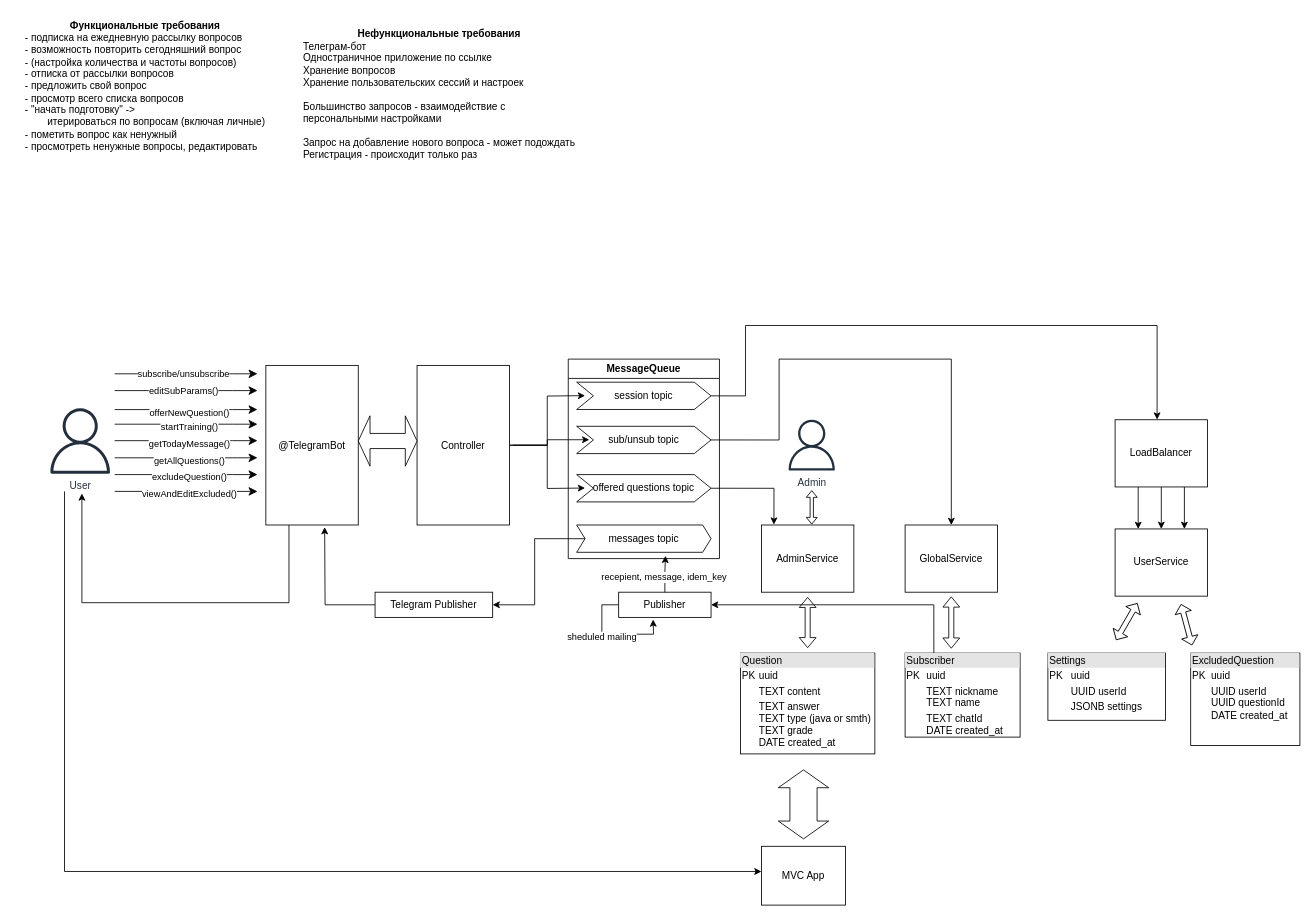
Earlier version of the draw.io diagram SobesCracker.drawio (maksarts/test-project-files). Source tidied: cells renumbered, new cells numbered last; positions are measured from the earlier drawing's top-left corner, leaving out a move shared by most shapes. Both pictures are drawn from the tidied source at 84%, with x=0, y=0 at pixel (14, 14).
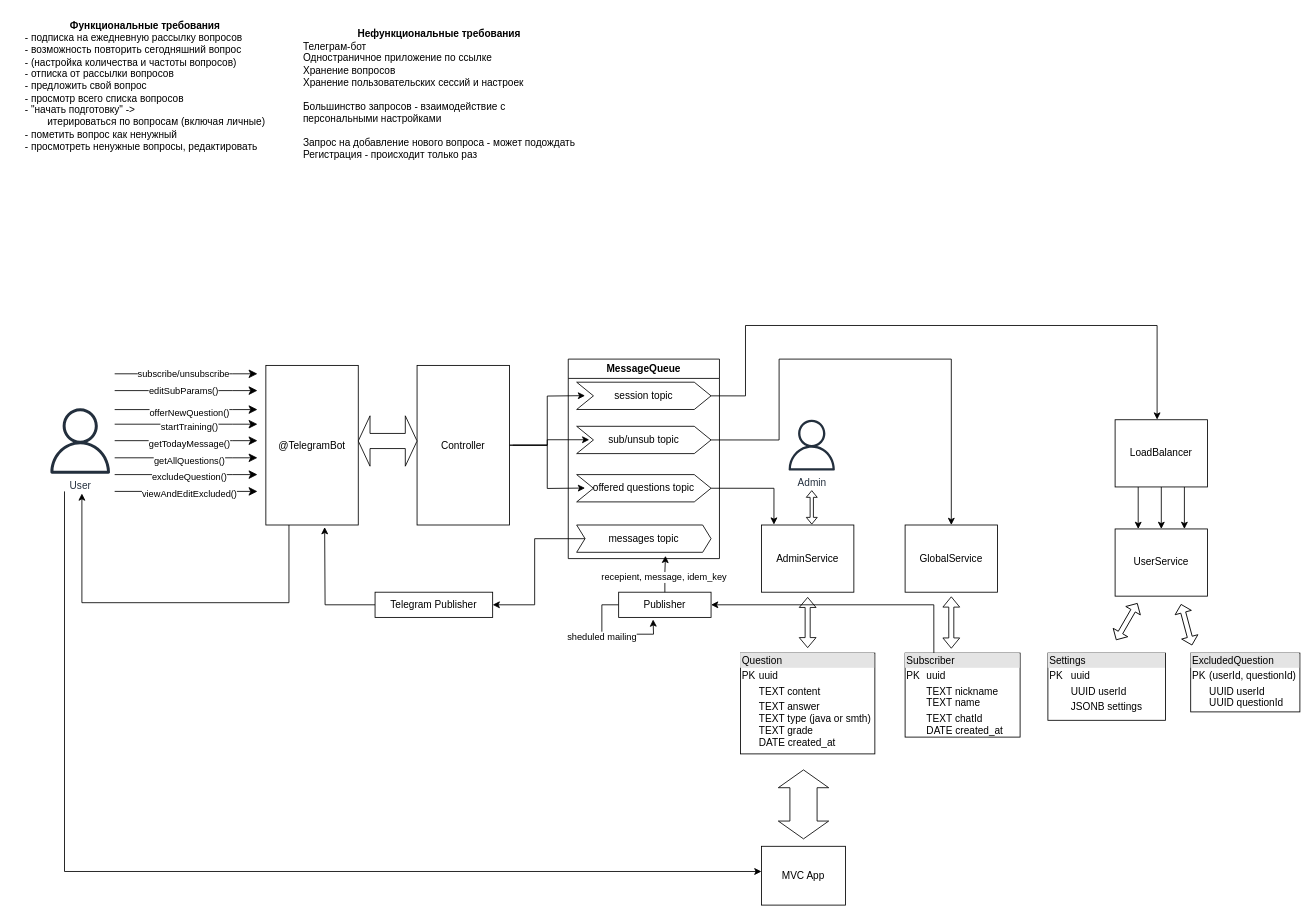
The same diagram, later.

What changed in the source:
```diff
@@
-    <mxCell id="49" value="&lt;div style=&quot;box-sizing:border-box;width:100%;background:#e4e4e4;padding:2px;&quot;&gt;ExcludedQuestion&lt;/div&gt;&lt;table style=&quot;width:100%;font-size:1em;&quot; cellpadding=&quot;2&quot; cellspacing=&quot;0&quot;&gt;&lt;tbody&gt;&lt;tr&gt;&lt;td&gt;PK&lt;/td&gt;&lt;td&gt;uuid&lt;/td&gt;&lt;/tr&gt;&lt;tr&gt;&lt;td&gt;&lt;br&gt;&lt;/td&gt;&lt;td&gt;UUID userId&lt;br&gt;UUID questionId&lt;br&gt;DATE created_at&lt;br&gt;&lt;/td&gt;&lt;/tr&gt;&lt;/tbody&gt;&lt;/table&gt;" style="verticalAlign=top;align=left;overflow=fill;html=1;whiteSpace=wrap;" parent="1" vertex="1">
-      <mxGeometry x="1400" y="760" width="130" height="110" as="geometry" />
+    <mxCell id="49" value="&lt;div style=&quot;box-sizing:border-box;width:100%;background:#e4e4e4;padding:2px;&quot;&gt;ExcludedQuestion&lt;/div&gt;&lt;table style=&quot;width:100%;font-size:1em;&quot; cellpadding=&quot;2&quot; cellspacing=&quot;0&quot;&gt;&lt;tbody&gt;&lt;tr&gt;&lt;td&gt;PK&lt;/td&gt;&lt;td&gt;(userId, questionId)&lt;/td&gt;&lt;/tr&gt;&lt;tr&gt;&lt;td&gt;&lt;br&gt;&lt;/td&gt;&lt;td&gt;UUID userId&lt;br&gt;UUID questionId&lt;br&gt;&lt;/td&gt;&lt;/tr&gt;&lt;/tbody&gt;&lt;/table&gt;" style="verticalAlign=top;align=left;overflow=fill;html=1;whiteSpace=wrap;" parent="1" vertex="1">
+      <mxGeometry x="1400" y="760" width="130" height="70" as="geometry" />
     </mxCell>
```
